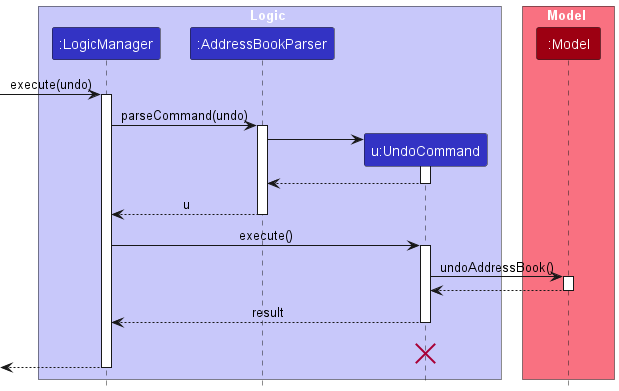
This is images/UndoSequenceDiagram-Logic.png from AY2526S1-CS2103T-W08-1/tp, a PlantUML export, as it was before one commit.
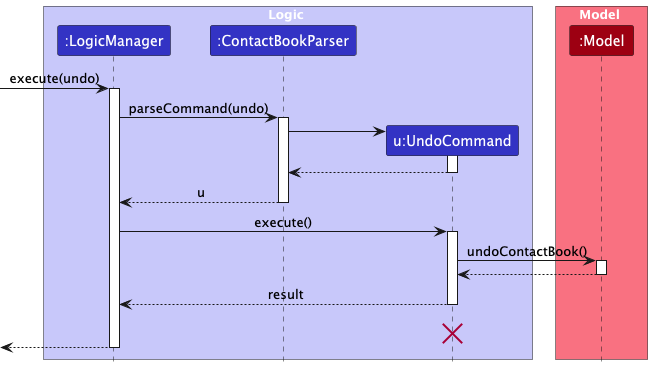
After the change.

The edit, as a diff of the source:
```diff
@@ -4,7 +4,7 @@
 
 box Logic LOGIC_COLOR_T1
 participant ":LogicManager" as LogicManager LOGIC_COLOR
-participant ":AddressBookParser" as AddressBookParser LOGIC_COLOR
+participant ":ContactBookParser" as ContactBookParser LOGIC_COLOR
 participant "u:UndoCommand" as UndoCommand LOGIC_COLOR
 end box
 
@@ -14,23 +14,23 @@
 [-> LogicManager : execute(undo)
 activate LogicManager
 
-LogicManager -> AddressBookParser : parseCommand(undo)
-activate AddressBookParser
+LogicManager -> ContactBookParser : parseCommand(undo)
+activate ContactBookParser
 
 create UndoCommand
-AddressBookParser -> UndoCommand
+ContactBookParser -> UndoCommand
 activate UndoCommand
 
-UndoCommand --> AddressBookParser
+UndoCommand --> ContactBookParser
 deactivate UndoCommand
 
-AddressBookParser --> LogicManager : u
-deactivate AddressBookParser
+ContactBookParser --> LogicManager : u
+deactivate ContactBookParser
 
 LogicManager -> UndoCommand : execute()
 activate UndoCommand
 
-UndoCommand -> Model : undoAddressBook()
+UndoCommand -> Model : undoContactBook()
 activate Model
 
 Model --> UndoCommand
```
